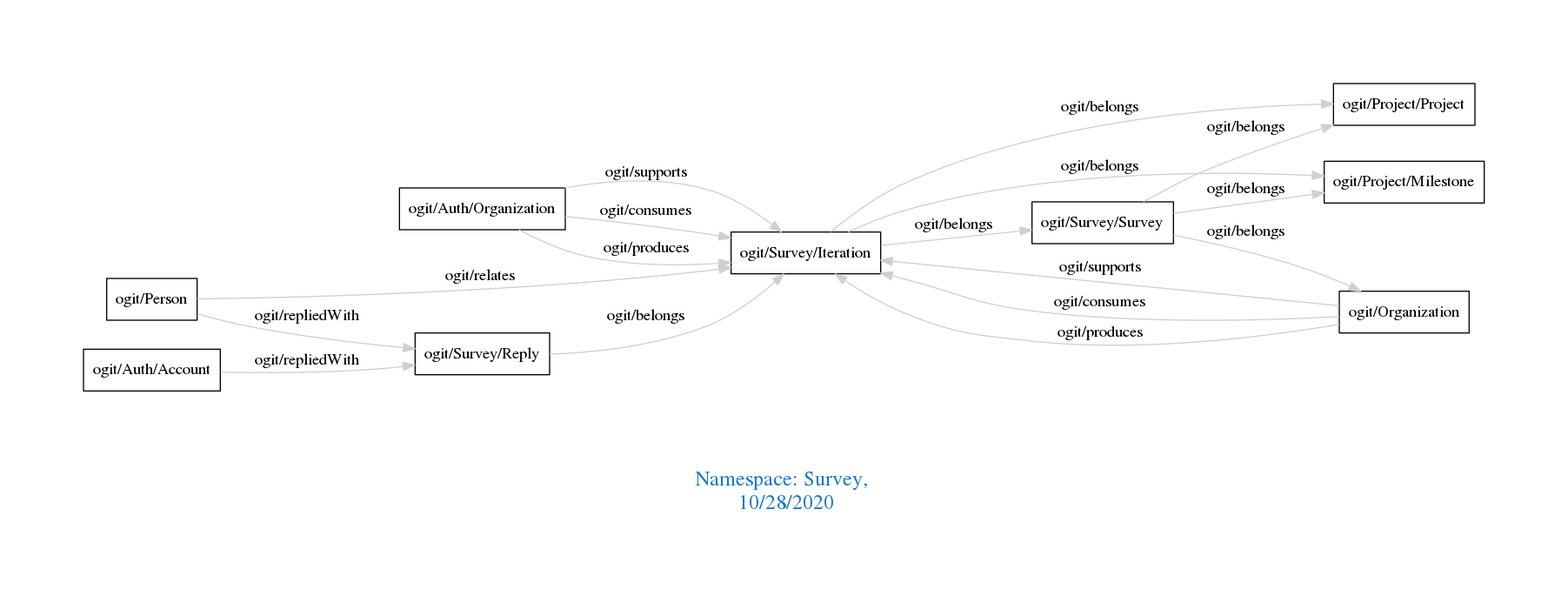
Earlier version of the Graphviz export downloads/Survey.png (arago/OGIT). Its source is kept beside it as downloads/Survey.dot.
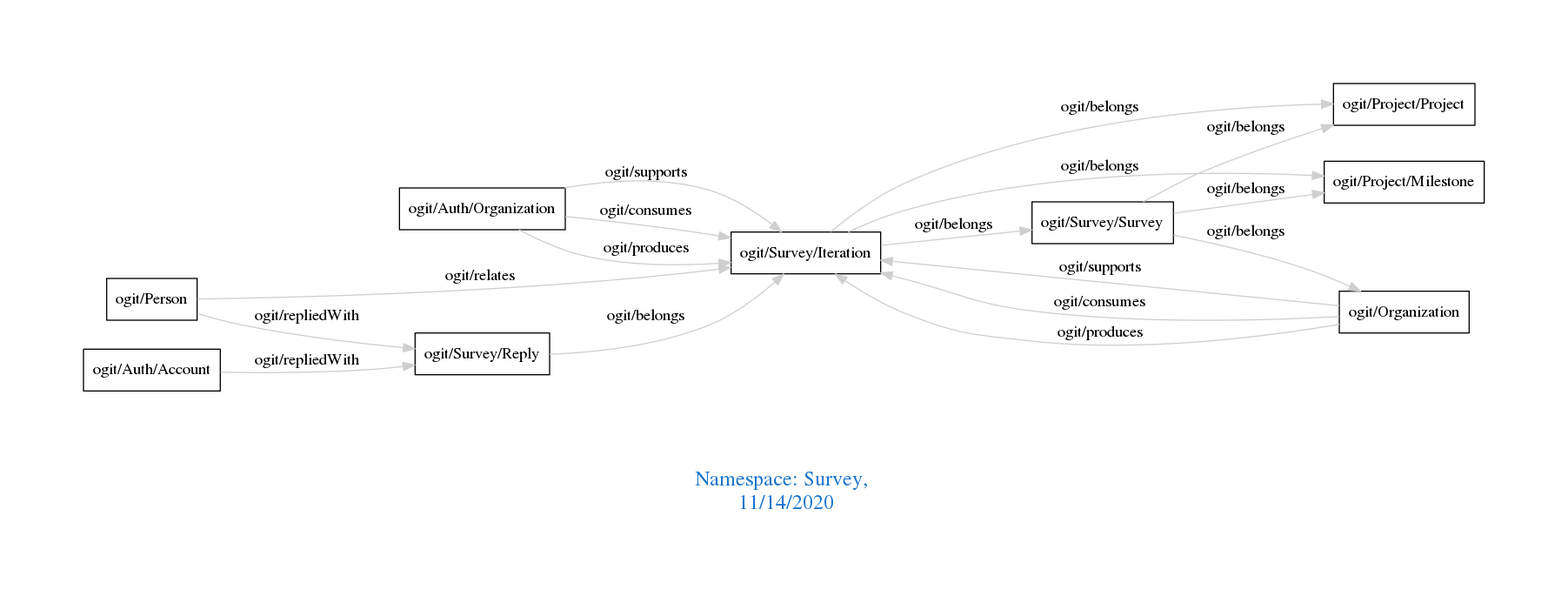
After the commit.

Change to the diagram source:
```diff
@@ -1,7 +1,7 @@
 digraph OGIT_ontology {
  graph [ rankdir= LR,pad=1
 fontsize = 18,
-fontcolor= dodgerblue3,label = "\n\n\nNamespace: Survey, \n 10/28/2020"];
+fontcolor= dodgerblue3,label = "\n\n\nNamespace: Survey, \n 11/14/2020"];
 node[shape=polygon];
 edge [  color="gray81"];
 
```
